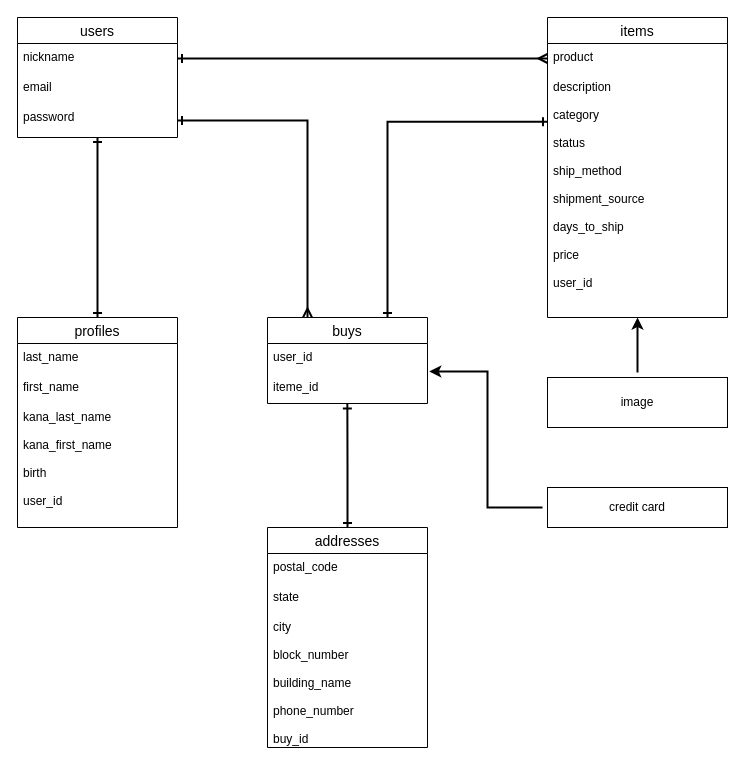
Earlier version of the draw.io diagram er.dio (KakudaYutaka/furima-32111). Source tidied: cells renumbered, new cells numbered last; positions are measured from the earlier drawing's top-left corner, leaving out a move shared by most shapes. Both pictures are drawn from the tidied source at 100%, with x=0, y=0 at pixel (17, 17).
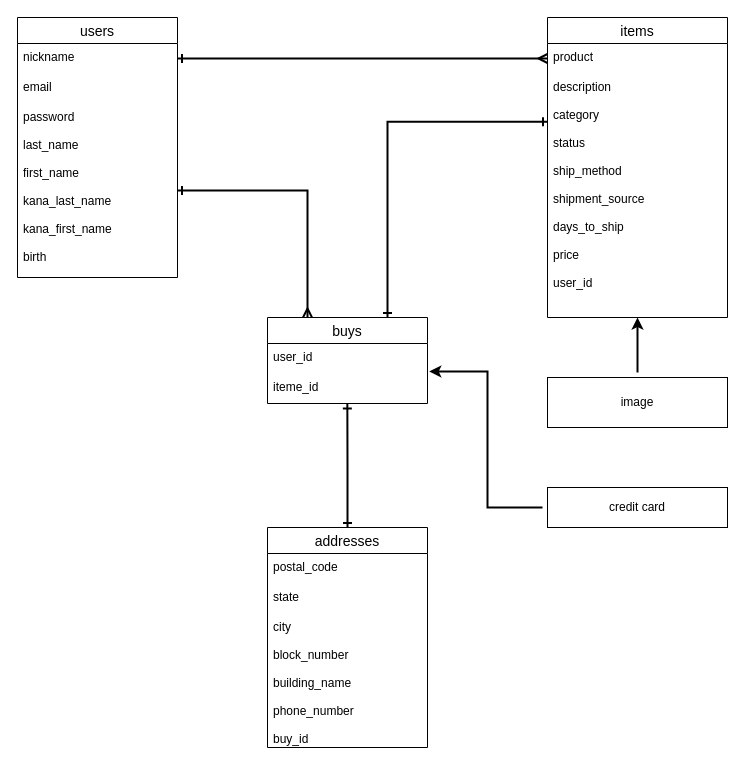
After the change.

Commit message (it also covers changes not shown here):
データベース設計修正

The edit, as a diff of the source:
```diff
@@
     <mxCell id="5" value="users" style="swimlane;fontStyle=0;horizontal=1;startSize=26;align=center;fontSize=14;" parent="1" vertex="1">
-      <mxGeometry width="160" height="120" as="geometry" />
+      <mxGeometry width="160" height="260" as="geometry" />
     </mxCell>
@@
-    <mxCell id="8" value="password" style="text;strokeColor=none;fillColor=none;spacingLeft=4;spacingRight=4;overflow=hidden;points=[[0,0.5],[1,0.5]];portConstraint=eastwest;fontSize=12;" parent="5" vertex="1">
-      <mxGeometry y="86" width="160" height="34" as="geometry" />
+    <mxCell id="8" value="password&#10;&#10;last_name&#10;&#10;first_name&#10;&#10;kana_last_name&#10;&#10;kana_first_name&#10;&#10;birth" style="text;strokeColor=none;fillColor=none;spacingLeft=4;spacingRight=4;overflow=hidden;points=[[0,0.5],[1,0.5]];portConstraint=eastwest;fontSize=12;" parent="5" vertex="1">
+      <mxGeometry y="86" width="160" height="174" as="geometry" />
     </mxCell>
-    <mxCell id="9" style="edgeStyle=orthogonalEdgeStyle;rounded=0;jettySize=auto;html=1;exitX=0.5;exitY=0;exitDx=0;exitDy=0;endArrow=ERone;endFill=0;startArrow=ERone;startFill=0;strokeWidth=2;startSize=6;sourcePerimeterSpacing=5;targetPerimeterSpacing=5;" parent="1" edge="1" source="10">
-      <mxGeometry relative="1" as="geometry">
-        <mxPoint x="80" y="120" as="targetPoint" />
-      </mxGeometry>
-    </mxCell>
-    <mxCell id="10" value="profiles" style="swimlane;fontStyle=0;horizontal=1;startSize=26;align=center;fontSize=14;" parent="1" vertex="1">
-      <mxGeometry y="300" width="160" height="210" as="geometry" />
-    </mxCell>
-    <mxCell id="11" value="last_name" style="text;strokeColor=none;fillColor=none;spacingLeft=4;spacingRight=4;overflow=hidden;fontSize=12;" parent="10" vertex="1">
-      <mxGeometry y="26" width="160" height="30" as="geometry" />
-    </mxCell>
-    <mxCell id="12" value="first_name" style="text;strokeColor=none;fillColor=none;spacingLeft=4;spacingRight=4;overflow=hidden;fontSize=12;" parent="10" vertex="1">
-      <mxGeometry y="56" width="160" height="30" as="geometry" />
-    </mxCell>
-    <mxCell id="13" value="kana_last_name&#10;&#10;kana_first_name&#10;&#10;birth&#10;&#10;user_id" style="text;strokeColor=none;fillColor=none;spacingLeft=4;spacingRight=4;overflow=hidden;fontSize=12;" parent="10" vertex="1">
-      <mxGeometry y="86" width="160" height="124" as="geometry" />
-    </mxCell>
```
